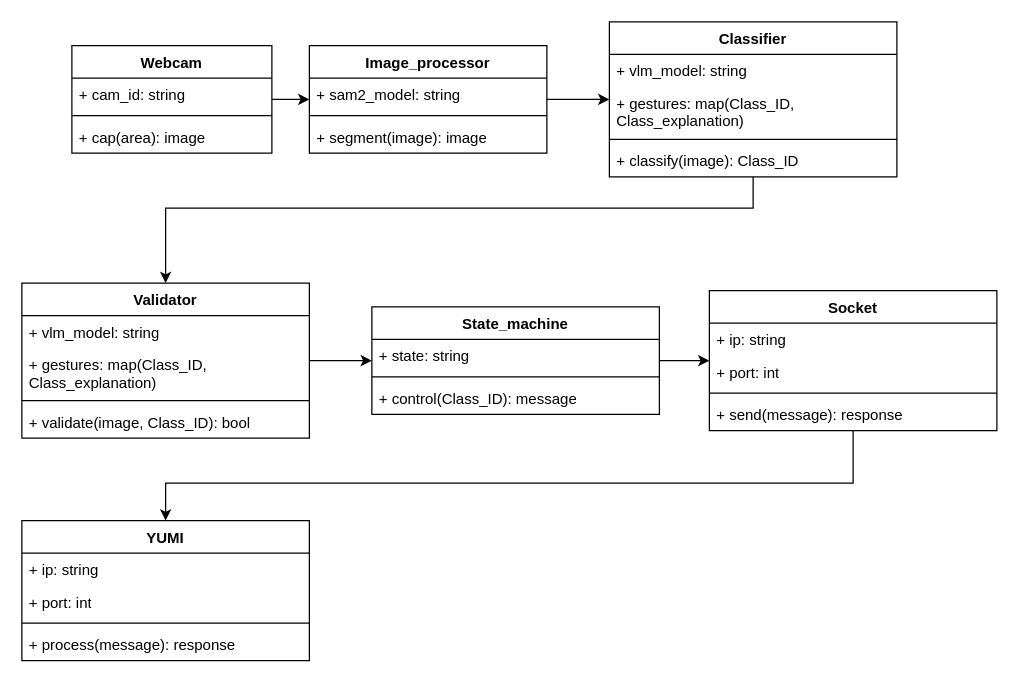
Before: Plan2.drawio in GreatSharky/dippa-codes, a draw.io diagram. Source tidied: cells renumbered, new cells numbered last; positions are measured from the earlier drawing's top-left corner, leaving out a move shared by most shapes. Both pictures are drawn from the tidied source at 125%, with x=0, y=0 at pixel (21, 21).
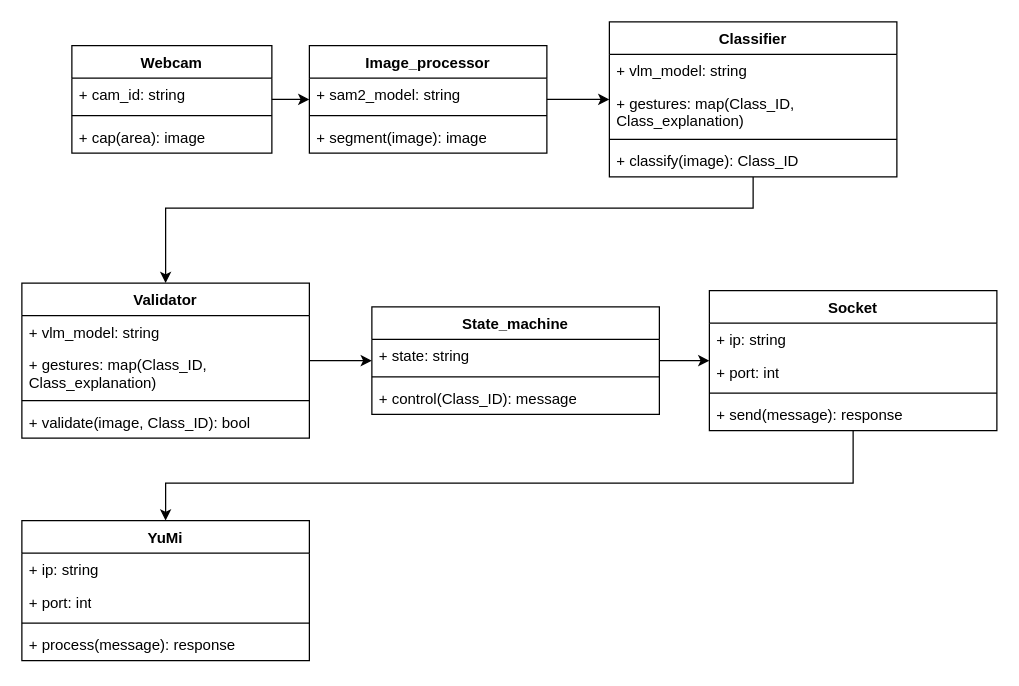
Above is the later version.

Change to the diagram source:
```diff
@@
-    <mxCell id="35" value="YUMI" style="swimlane;fontStyle=1;align=center;verticalAlign=top;horizontal=1;startSize=26;whiteSpace=wrap;html=1;" parent="1" vertex="1">
+    <mxCell id="35" value="YuMi" style="swimlane;fontStyle=1;align=center;verticalAlign=top;horizontal=1;startSize=26;whiteSpace=wrap;html=1;" parent="1" vertex="1">
       <mxGeometry y="399" width="230" height="112" as="geometry" />
     </mxCell>
```
